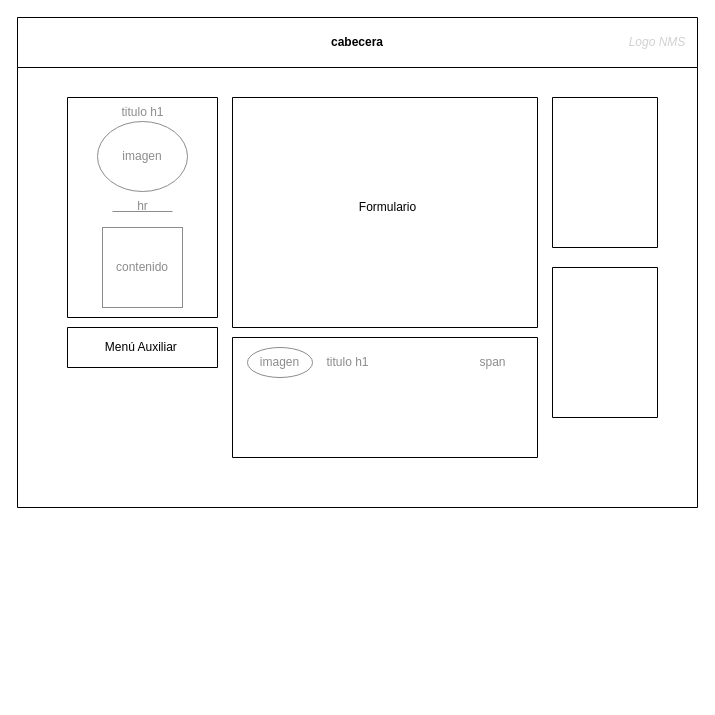
This is Diagrama sin título.drawio from joanh/dw2a, a draw.io file, before an edit. Source tidied: cells renumbered, new cells numbered last; positions are measured from the earlier drawing's top-left corner, leaving out a move shared by most shapes. Both pictures are drawn from the tidied source at 100%, with x=0, y=0 at pixel (17, 17).
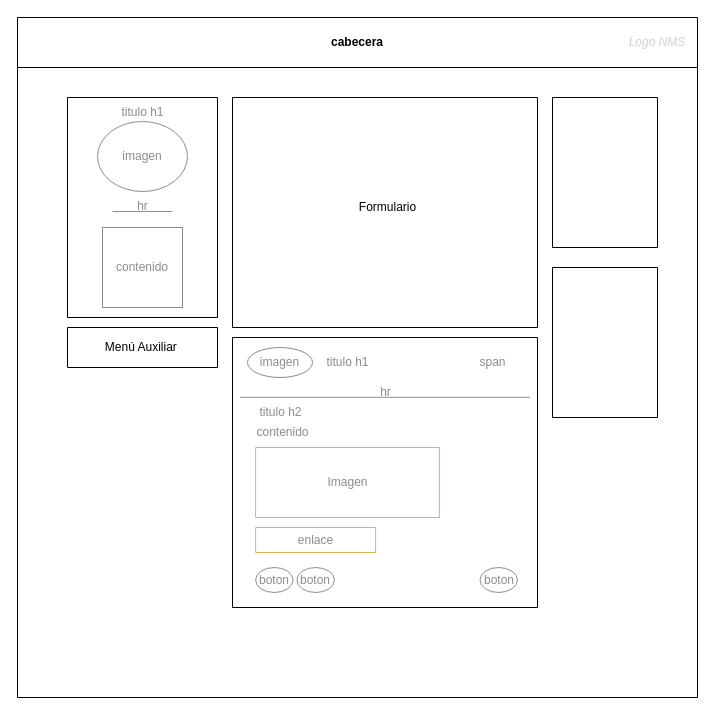
The same diagram, later.

The edit, as a diff of the source:
```diff
@@
     <mxCell id="2" value="cabecera" style="swimlane;whiteSpace=wrap;html=1;startSize=50;" parent="1" vertex="1">
-      <mxGeometry width="680" height="490" as="geometry" />
+      <mxGeometry width="680" height="680" as="geometry" />
     </mxCell>
@@
     <mxCell id="14" style="swimlane;whiteSpace=wrap;html=1;startSize=0;" parent="2" vertex="1">
-      <mxGeometry x="215" y="320" width="305" height="120" as="geometry" />
+      <mxGeometry x="215" y="320" width="305" height="270" as="geometry" />
     </mxCell>
@@
+    <mxCell id="21" value="&lt;font color=&quot;#8c8c8c&quot;&gt;hr&lt;/font&gt;" style="text;html=1;align=center;verticalAlign=middle;strokeColor=none;fillColor=none;" parent="14" vertex="1">
+      <mxGeometry x="137.5" y="40" width="30" height="30" as="geometry" />
+    </mxCell>
+    <mxCell id="22" style="endArrow=none;html=1;rounded=0;strokeColor=#8C8C8C;" parent="14" edge="1">
+      <mxGeometry relative="1" as="geometry">
+        <mxPoint x="7.5" y="59.8" as="sourcePoint" />
+        <mxPoint x="297.5" y="59.8" as="targetPoint" />
+      </mxGeometry>
+    </mxCell>
+    <mxCell id="23" value="&lt;font color=&quot;#8c8c8c&quot;&gt;titulo h2&lt;/font&gt;" style="text;html=1;align=center;verticalAlign=middle;strokeColor=none;fillColor=none;" parent="14" vertex="1">
+      <mxGeometry x="12.5" y="60" width="70" height="30" as="geometry" />
+    </mxCell>
+    <mxCell id="24" value="&lt;font color=&quot;#8c8c8c&quot;&gt;contenido&lt;br&gt;&lt;/font&gt;" style="text;html=1;align=center;verticalAlign=middle;strokeColor=none;fillColor=none;" parent="14" vertex="1">
+      <mxGeometry x="10" y="80" width="80" height="30" as="geometry" />
+    </mxCell>
+    <mxCell id="25" style="swimlane;startSize=0;strokeColor=#d6b656;fillColor=#fff2cc;fillStyle=solid;" parent="14" vertex="1">
+      <mxGeometry x="23.1" y="110" width="183.8" height="70" as="geometry" />
+    </mxCell>
+    <mxCell id="26" value="&lt;font color=&quot;#8c8c8c&quot;&gt;Imagen&lt;/font&gt;" style="text;html=1;align=center;verticalAlign=middle;strokeColor=none;fillColor=none;" parent="25" vertex="1">
+      <mxGeometry x="61.9" y="20" width="60" height="30" as="geometry" />
+    </mxCell>
+    <mxCell id="27" style="swimlane;startSize=0;strokeColor=#d6b656;fillColor=#fff2cc;fillStyle=solid;" parent="14" vertex="1">
+      <mxGeometry x="23.1" y="190" width="120" height="25" as="geometry" />
+    </mxCell>
+    <mxCell id="28" value="&lt;font color=&quot;#8c8c8c&quot;&gt;enlace&lt;/font&gt;" style="text;html=1;align=center;verticalAlign=middle;strokeColor=none;fillColor=none;" parent="27" vertex="1">
+      <mxGeometry x="30" y="-2.5" width="60" height="30" as="geometry" />
+    </mxCell>
+    <mxCell id="29" value="&lt;font color=&quot;#8c8c8c&quot;&gt;boton&lt;/font&gt;" style="ellipse;whiteSpace=wrap;html=1;strokeColor=#8C8C8C;" parent="14" vertex="1">
+      <mxGeometry x="23.1" y="230" width="37.5" height="25" as="geometry" />
+    </mxCell>
+    <mxCell id="30" value="&lt;font color=&quot;#8c8c8c&quot;&gt;boton&lt;/font&gt;" style="ellipse;whiteSpace=wrap;html=1;strokeColor=#8C8C8C;" parent="14" vertex="1">
+      <mxGeometry x="64.4" y="230" width="37.5" height="25" as="geometry" />
+    </mxCell>
+    <mxCell id="31" value="&lt;font color=&quot;#8c8c8c&quot;&gt;boton&lt;/font&gt;" style="ellipse;whiteSpace=wrap;html=1;strokeColor=#8C8C8C;" parent="14" vertex="1">
+      <mxGeometry x="247.5" y="230" width="37.5" height="25" as="geometry" />
+    </mxCell>
```
